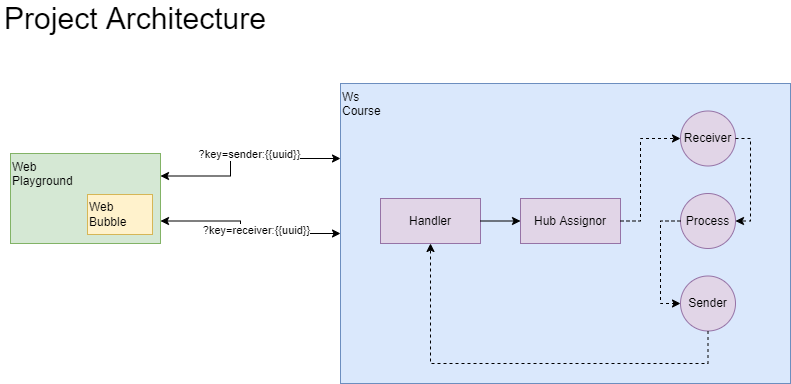
mcholismalik/test-practical-devsecops keeps this draw.io diagram as assets/2-project-architecture.png. Above is the earlier version. Source tidied: cells renumbered, new cells last; positions are measured from the earlier drawing's top-left corner, leaving out a move shared by most shapes.
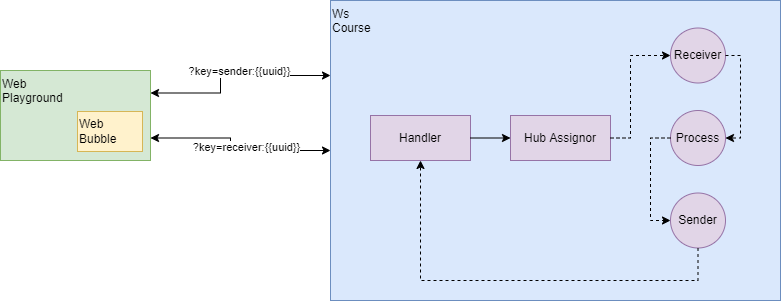
Above is the later version.

The edit, as a diff of the source:
```diff
@@ -2,9 +2,6 @@
   <root>
     <mxCell id="0" />
     <mxCell id="1" parent="0" />
-    <mxCell id="2" value="Project Architecture" style="text;html=1;strokeColor=none;fillColor=none;align=center;verticalAlign=middle;whiteSpace=wrap;rounded=0;fontSize=30;" parent="1" vertex="1">
-      <mxGeometry width="270" height="30" as="geometry" />
-    </mxCell>
     <mxCell id="3" value="Web&lt;br&gt;Playground" style="rounded=0;whiteSpace=wrap;html=1;fillColor=#d5e8d4;strokeColor=#82b366;align=left;verticalAlign=top;" parent="1" vertex="1">
       <mxGeometry x="10" y="150" width="150" height="90" as="geometry" />
     </mxCell>
```
